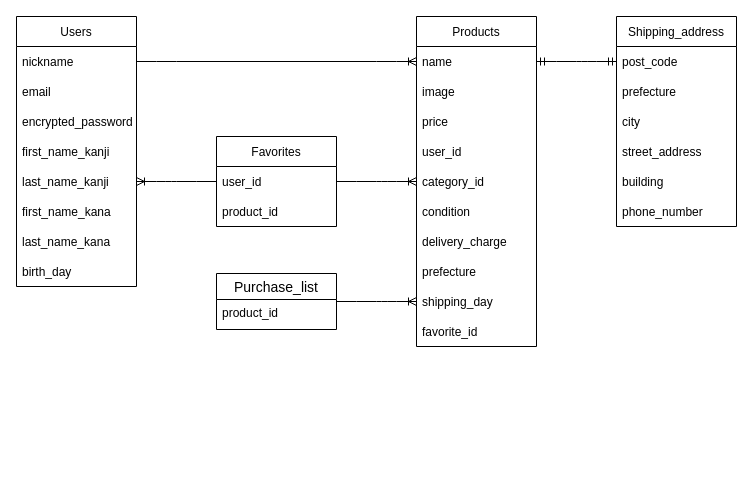
This is ER.dio from hachiko38101/furima-38101, a draw.io file, before an edit. Source tidied: cells renumbered, new cells numbered last; positions are measured from the earlier drawing's top-left corner, leaving out a move shared by most shapes. Both pictures are drawn from the tidied source at 100%, with x=0, y=0 at pixel (16, 16).
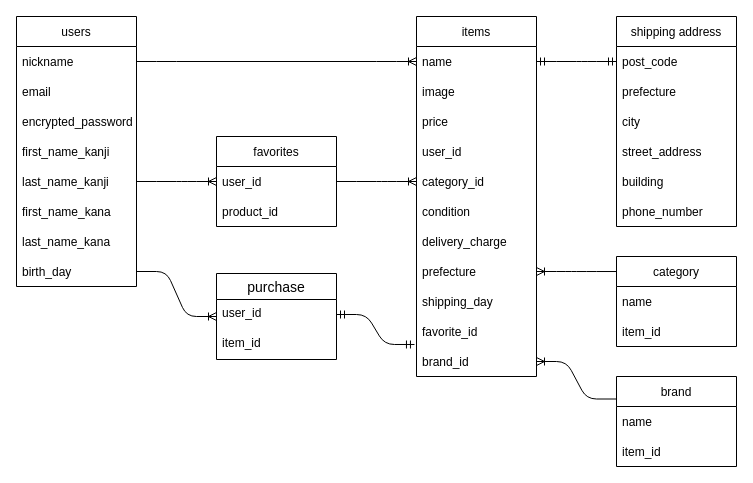
The same page after the edit.

Commit message (it also covers changes not shown here):
DB設計ーER図編集、README作成

Unchanged cells that the change refers to:
```xml
<mxCell id="7" value="last_name_kanji" style="text;strokeColor=none;fillColor=none;align=left;verticalAlign=middle;spacingLeft=4;spacingRight=4;overflow=hidden;points=[[0,0.5],[1,0.5]];portConstraint=eastwest;" parent="2" vertex="1">
  <mxGeometry y="150" width="120" height="30" as="geometry" />
</mxCell>
<mxCell id="10" value="birth_day" style="text;strokeColor=none;fillColor=none;align=left;verticalAlign=middle;spacingLeft=4;spacingRight=4;overflow=hidden;points=[[0,0.5],[1,0.5]];portConstraint=eastwest;" parent="2" vertex="1">
  <mxGeometry y="240" width="120" height="30" as="geometry" />
</mxCell>
<mxCell id="19" value="prefecture" style="text;strokeColor=none;fillColor=none;align=left;verticalAlign=middle;spacingLeft=4;spacingRight=4;overflow=hidden;points=[[0,0.5],[1,0.5]];portConstraint=eastwest;" parent="11" vertex="1">
  <mxGeometry y="240" width="120" height="30" as="geometry" />
</mxCell>
<mxCell id="20" value="shipping_day" style="text;strokeColor=none;fillColor=none;align=left;verticalAlign=middle;spacingLeft=4;spacingRight=4;overflow=hidden;points=[[0,0.5],[1,0.5]];portConstraint=eastwest;" parent="11" vertex="1">
  <mxGeometry y="270" width="120" height="30" as="geometry" />
</mxCell>
<mxCell id="23" value="user_id" style="text;strokeColor=none;fillColor=none;align=left;verticalAlign=middle;spacingLeft=4;spacingRight=4;overflow=hidden;points=[[0,0.5],[1,0.5]];portConstraint=eastwest;" parent="22" vertex="1">
  <mxGeometry y="30" width="120" height="30" as="geometry" />
</mxCell>
```

What changed in the source:
```diff
@@
-    <mxCell id="2" value="Users" style="swimlane;fontStyle=0;horizontal=1;startSize=30;" parent="1" vertex="1">
+    <mxCell id="2" value="users" style="swimlane;fontStyle=0;horizontal=1;startSize=30;" parent="1" vertex="1">
       <mxGeometry width="120" height="270" as="geometry" />
     </mxCell>
@@
-    <mxCell id="11" value="Products" style="swimlane;fontStyle=0;horizontal=1;startSize=30;" parent="1" vertex="1">
-      <mxGeometry x="400" width="120" height="330" as="geometry" />
+    <mxCell id="11" value="items" style="swimlane;fontStyle=0;horizontal=1;startSize=30;" parent="1" vertex="1">
+      <mxGeometry x="400" width="120" height="360" as="geometry" />
     </mxCell>
@@
+    <mxCell id="39" value="favorite_id" style="text;strokeColor=none;fillColor=none;align=left;verticalAlign=middle;spacingLeft=4;spacingRight=4;overflow=hidden;" parent="11" vertex="1">
+      <mxGeometry y="300" width="120" height="30" as="geometry" />
+    </mxCell>
-    <mxCell id="21" value="favorite_id" style="text;strokeColor=none;fillColor=none;align=left;verticalAlign=middle;spacingLeft=4;spacingRight=4;overflow=hidden;points=[[0,0.5],[1,0.5]];portConstraint=eastwest;" parent="11" vertex="1">
-      <mxGeometry y="300" width="120" height="30" as="geometry" />
+    <mxCell id="21" value="brand_id" style="text;strokeColor=none;fillColor=none;align=left;verticalAlign=middle;spacingLeft=4;spacingRight=4;overflow=hidden;points=[[0,0.5],[1,0.5]];portConstraint=eastwest;" parent="11" vertex="1">
+      <mxGeometry y="330" width="120" height="30" as="geometry" />
     </mxCell>
-    <mxCell id="22" value="Favorites" style="swimlane;fontStyle=0;horizontal=1;startSize=30;" parent="1" vertex="1">
+    <mxCell id="22" value="favorites" style="swimlane;fontStyle=0;horizontal=1;startSize=30;" parent="1" vertex="1">
       <mxGeometry x="200" y="120" width="120" height="90" as="geometry" />
     </mxCell>
@@
-    <mxCell id="25" value="Shipping_address" style="swimlane;fontStyle=0;horizontal=1;startSize=30;" parent="1" vertex="1">
+    <mxCell id="25" value="shipping address" style="swimlane;fontStyle=0;horizontal=1;startSize=30;" parent="1" vertex="1">
       <mxGeometry x="600" width="120" height="210" as="geometry" />
     </mxCell>
@@
-    <mxCell id="34" style="edgeStyle=entityRelationEdgeStyle;fontSize=12;html=1;endArrow=ERoneToMany;exitX=0;exitY=0.5;exitDx=0;exitDy=0;entryX=1;entryY=0.5;entryDx=0;entryDy=0;" parent="1" edge="1" source="23" target="7">
-      <mxGeometry relative="1" as="geometry" />
-    </mxCell>
@@
-    <mxCell id="36" value="Purchase_list" style="swimlane;fontStyle=0;horizontal=1;startSize=26;align=center;fontSize=14;" parent="1" vertex="1">
-      <mxGeometry x="200" y="257" width="120" height="56" as="geometry" />
+    <mxCell id="36" value="purchase" style="swimlane;fontStyle=0;horizontal=1;startSize=26;align=center;fontSize=14;" parent="1" vertex="1">
+      <mxGeometry x="200" y="257" width="120" height="86" as="geometry" />
     </mxCell>
+    <mxCell id="40" value="user_id" style="text;strokeColor=none;fillColor=none;spacingLeft=4;spacingRight=4;overflow=hidden;points=[[0,0.5],[1,0.5]];portConstraint=eastwest;fontSize=12;" parent="36" vertex="1">
+      <mxGeometry y="26" width="120" height="30" as="geometry" />
+    </mxCell>
-    <mxCell id="37" value="product_id" style="text;strokeColor=none;fillColor=none;spacingLeft=4;spacingRight=4;overflow=hidden;fontSize=12;" parent="36" vertex="1">
-      <mxGeometry y="26" width="120" height="30" as="geometry" />
+    <mxCell id="37" value="item_id" style="text;strokeColor=none;fillColor=none;spacingLeft=4;spacingRight=4;overflow=hidden;fontSize=12;" parent="36" vertex="1">
+      <mxGeometry y="56" width="120" height="30" as="geometry" />
     </mxCell>
+    <mxCell id="41" style="edgeStyle=entityRelationEdgeStyle;fontSize=12;html=1;endArrow=ERmandOne;startArrow=ERmandOne;entryX=1;entryY=0.5;entryDx=0;entryDy=0;exitX=-0.017;exitY=-0.067;exitDx=0;exitDy=0;exitPerimeter=0;" parent="1" edge="1" source="21" target="40">
+      <mxGeometry relative="1" as="geometry" />
+    </mxCell>
-    <mxCell id="38" style="edgeStyle=entityRelationEdgeStyle;fontSize=12;html=1;endArrow=ERoneToMany;exitX=1;exitY=0.5;exitDx=0;exitDy=0;entryX=0;entryY=0.5;entryDx=0;entryDy=0;" parent="1" edge="1" source="36" target="20">
+    <mxCell id="38" style="edgeStyle=entityRelationEdgeStyle;fontSize=12;html=1;endArrow=ERoneToMany;exitX=1;exitY=0.5;exitDx=0;exitDy=0;entryX=0;entryY=0.5;entryDx=0;entryDy=0;" parent="1" edge="1" source="10" target="36">
       <mxGeometry relative="1" as="geometry" />
     </mxCell>
+    <mxCell id="42" value="category" style="swimlane;fontStyle=0;horizontal=1;startSize=30;" parent="1" vertex="1">
+      <mxGeometry x="600" y="240" width="120" height="90" as="geometry" />
+    </mxCell>
+    <mxCell id="43" value="name" style="text;strokeColor=none;fillColor=none;align=left;verticalAlign=middle;spacingLeft=4;spacingRight=4;overflow=hidden;" parent="42" vertex="1">
+      <mxGeometry y="30" width="120" height="30" as="geometry" />
+    </mxCell>
+    <mxCell id="44" value="item_id" style="text;strokeColor=none;fillColor=none;align=left;verticalAlign=middle;spacingLeft=4;spacingRight=4;overflow=hidden;" parent="42" vertex="1">
+      <mxGeometry y="60" width="120" height="30" as="geometry" />
+    </mxCell>
+    <mxCell id="45" style="edgeStyle=entityRelationEdgeStyle;fontSize=12;html=1;endArrow=ERoneToMany;entryX=1;entryY=0.5;entryDx=0;entryDy=0;exitX=0;exitY=0.167;exitDx=0;exitDy=0;exitPerimeter=0;" parent="1" edge="1" source="42" target="19">
+      <mxGeometry relative="1" as="geometry" />
+    </mxCell>
+    <mxCell id="46" value="brand" style="swimlane;fontStyle=0;horizontal=1;startSize=30;" parent="1" vertex="1">
+      <mxGeometry x="600" y="360" width="120" height="90" as="geometry" />
+    </mxCell>
+    <mxCell id="47" value="name" style="text;strokeColor=none;fillColor=none;align=left;verticalAlign=middle;spacingLeft=4;spacingRight=4;overflow=hidden;" parent="46" vertex="1">
+      <mxGeometry y="30" width="120" height="30" as="geometry" />
+    </mxCell>
+    <mxCell id="48" value="item_id" style="text;strokeColor=none;fillColor=none;align=left;verticalAlign=middle;spacingLeft=4;spacingRight=4;overflow=hidden;" parent="46" vertex="1">
+      <mxGeometry y="60" width="120" height="30" as="geometry" />
+    </mxCell>
+    <mxCell id="49" style="edgeStyle=entityRelationEdgeStyle;fontSize=12;html=1;endArrow=ERoneToMany;entryX=1;entryY=0.5;entryDx=0;entryDy=0;exitX=0;exitY=0.25;exitDx=0;exitDy=0;" parent="1" edge="1" source="46" target="21">
+      <mxGeometry relative="1" as="geometry" />
+    </mxCell>
+    <mxCell id="34" style="edgeStyle=entityRelationEdgeStyle;fontSize=12;html=1;endArrow=ERoneToMany;exitX=1;exitY=0.5;exitDx=0;exitDy=0;entryX=0;entryY=0.5;entryDx=0;entryDy=0;" parent="1" edge="1" source="7" target="23">
+      <mxGeometry relative="1" as="geometry" />
+    </mxCell>
```
